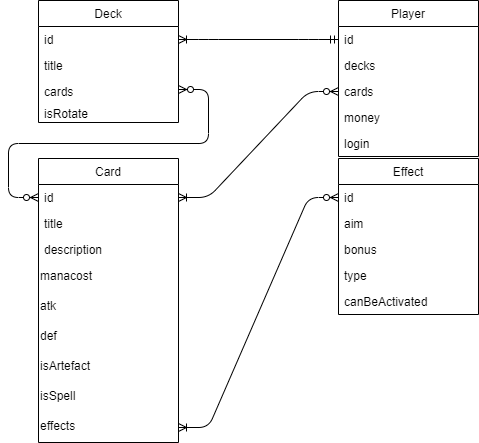
Sadragiel/DB_2019 keeps this draw.io diagram as lab1/DB_LAB1.png. Above is the earlier version. Source tidied: cells renumbered, new cells last; positions are measured from the earlier drawing's top-left corner, leaving out a move shared by most shapes. Its diagram source:
```xml
<mxGraphModel>
  <root>
    <mxCell id="0" />
    <mxCell id="1" parent="0" />
    <mxCell id="2" value="Card" style="swimlane;fontStyle=0;horizontal=1;startSize=26;fillColor=none;" parent="1" vertex="1">
      <mxGeometry y="158" width="140" height="284" as="geometry" />
    </mxCell>
    <mxCell id="3" value="id" style="text;strokeColor=none;fillColor=none;align=left;verticalAlign=top;spacingLeft=4;spacingRight=4;overflow=hidden;points=[[0,0.5],[1,0.5]];portConstraint=eastwest;" parent="2" vertex="1">
      <mxGeometry y="26" width="140" height="26" as="geometry" />
    </mxCell>
    <mxCell id="4" value="title" style="text;strokeColor=none;fillColor=none;align=left;verticalAlign=top;spacingLeft=4;spacingRight=4;overflow=hidden;" parent="2" vertex="1">
      <mxGeometry y="52" width="140" height="26" as="geometry" />
    </mxCell>
    <mxCell id="5" value="description" style="text;strokeColor=none;fillColor=none;align=left;verticalAlign=top;spacingLeft=4;spacingRight=4;overflow=hidden;" parent="2" vertex="1">
      <mxGeometry y="78" width="140" height="26" as="geometry" />
    </mxCell>
    <mxCell id="6" value="manacost" style="text;html=1;" parent="2" vertex="1">
      <mxGeometry y="104" width="140" height="30" as="geometry" />
    </mxCell>
    <mxCell id="7" value="atk" style="text;html=1;" parent="2" vertex="1">
      <mxGeometry y="134" width="140" height="30" as="geometry" />
    </mxCell>
    <mxCell id="8" value="def" style="text;html=1;" parent="2" vertex="1">
      <mxGeometry y="164" width="140" height="30" as="geometry" />
    </mxCell>
    <mxCell id="9" value="isArtefact" style="text;html=1;" parent="2" vertex="1">
      <mxGeometry y="194" width="140" height="30" as="geometry" />
    </mxCell>
    <mxCell id="10" value="isSpell" style="text;html=1;" parent="2" vertex="1">
      <mxGeometry y="224" width="140" height="30" as="geometry" />
    </mxCell>
    <mxCell id="11" value="effects" style="text;html=1;" parent="2" vertex="1">
      <mxGeometry y="254" width="140" height="30" as="geometry" />
    </mxCell>
    <mxCell id="12" value="Deck" style="swimlane;fontStyle=0;horizontal=1;startSize=26;fillColor=none;" parent="1" vertex="1">
      <mxGeometry width="140" height="122" as="geometry" />
    </mxCell>
    <mxCell id="13" value="id" style="text;strokeColor=none;fillColor=none;align=left;verticalAlign=top;spacingLeft=4;spacingRight=4;overflow=hidden;points=[[0,0.5],[1,0.5]];portConstraint=eastwest;" parent="12" vertex="1">
      <mxGeometry y="26" width="140" height="26" as="geometry" />
    </mxCell>
    <mxCell id="14" value="title" style="text;strokeColor=none;fillColor=none;align=left;verticalAlign=top;spacingLeft=4;spacingRight=4;overflow=hidden;" parent="12" vertex="1">
      <mxGeometry y="52" width="140" height="26" as="geometry" />
    </mxCell>
    <mxCell id="15" value="cards" style="text;strokeColor=none;fillColor=none;align=left;verticalAlign=top;spacingLeft=4;spacingRight=4;overflow=hidden;points=[[0,0.5],[1,0.5]];portConstraint=eastwest;" parent="12" vertex="1">
      <mxGeometry y="78" width="140" height="22" as="geometry" />
    </mxCell>
    <mxCell id="16" value="isRotate" style="text;strokeColor=none;fillColor=none;align=left;verticalAlign=top;spacingLeft=4;spacingRight=4;overflow=hidden;" parent="12" vertex="1">
      <mxGeometry y="100" width="140" height="22" as="geometry" />
    </mxCell>
    <mxCell id="17" value="Effect" style="swimlane;fontStyle=0;horizontal=1;startSize=26;fillColor=none;" parent="1" vertex="1">
      <mxGeometry x="300" y="158" width="140" height="156" as="geometry" />
    </mxCell>
    <mxCell id="18" value="id" style="text;strokeColor=none;fillColor=none;align=left;verticalAlign=top;spacingLeft=4;spacingRight=4;overflow=hidden;points=[[0,0.5],[1,0.5]];portConstraint=eastwest;" parent="17" vertex="1">
      <mxGeometry y="26" width="140" height="26" as="geometry" />
    </mxCell>
    <mxCell id="19" value="aim" style="text;strokeColor=none;fillColor=none;align=left;verticalAlign=top;spacingLeft=4;spacingRight=4;overflow=hidden;" parent="17" vertex="1">
      <mxGeometry y="52" width="140" height="26" as="geometry" />
    </mxCell>
    <mxCell id="20" value="bonus" style="text;strokeColor=none;fillColor=none;align=left;verticalAlign=top;spacingLeft=4;spacingRight=4;overflow=hidden;" parent="17" vertex="1">
      <mxGeometry y="78" width="140" height="26" as="geometry" />
    </mxCell>
    <mxCell id="21" value="type" style="text;strokeColor=none;fillColor=none;align=left;verticalAlign=top;spacingLeft=4;spacingRight=4;overflow=hidden;" parent="17" vertex="1">
      <mxGeometry y="104" width="140" height="26" as="geometry" />
    </mxCell>
    <mxCell id="22" value="canBeActivated" style="text;strokeColor=none;fillColor=none;align=left;verticalAlign=top;spacingLeft=4;spacingRight=4;overflow=hidden;" parent="17" vertex="1">
      <mxGeometry y="130" width="140" height="26" as="geometry" />
    </mxCell>
    <mxCell id="23" value="Player" style="swimlane;fontStyle=0;horizontal=1;startSize=26;fillColor=none;" parent="1" vertex="1">
      <mxGeometry x="300" width="140" height="156" as="geometry" />
    </mxCell>
    <mxCell id="24" value="id" style="text;strokeColor=none;fillColor=none;align=left;verticalAlign=top;spacingLeft=4;spacingRight=4;overflow=hidden;points=[[0,0.5],[1,0.5]];portConstraint=eastwest;" parent="23" vertex="1">
      <mxGeometry y="26" width="140" height="26" as="geometry" />
    </mxCell>
    <mxCell id="25" value="decks" style="text;strokeColor=none;fillColor=none;align=left;verticalAlign=top;spacingLeft=4;spacingRight=4;overflow=hidden;" parent="23" vertex="1">
      <mxGeometry y="52" width="140" height="26" as="geometry" />
    </mxCell>
    <mxCell id="26" value="cards" style="text;strokeColor=none;fillColor=none;align=left;verticalAlign=top;spacingLeft=4;spacingRight=4;overflow=hidden;points=[[0,0.5],[1,0.5]];portConstraint=eastwest;" parent="23" vertex="1">
      <mxGeometry y="78" width="140" height="26" as="geometry" />
    </mxCell>
    <mxCell id="27" value="money" style="text;strokeColor=none;fillColor=none;align=left;verticalAlign=top;spacingLeft=4;spacingRight=4;overflow=hidden;" parent="23" vertex="1">
      <mxGeometry y="104" width="140" height="26" as="geometry" />
    </mxCell>
    <mxCell id="28" value="login" style="text;strokeColor=none;fillColor=none;align=left;verticalAlign=top;spacingLeft=4;spacingRight=4;overflow=hidden;" parent="23" vertex="1">
      <mxGeometry y="130" width="140" height="26" as="geometry" />
    </mxCell>
    <mxCell id="29" style="edgeStyle=entityRelationEdgeStyle;fontSize=12;html=1;endArrow=ERoneToMany;startArrow=ERzeroToMany;" parent="1" edge="1" source="26" target="3">
      <mxGeometry relative="1" as="geometry" />
    </mxCell>
    <mxCell id="30" style="edgeStyle=entityRelationEdgeStyle;fontSize=12;html=1;endArrow=ERzeroToMany;endFill=1;startArrow=ERzeroToMany;exitX=1;exitY=0.5;exitDx=0;exitDy=0;entryX=0;entryY=0.5;entryDx=0;entryDy=0;" parent="1" edge="1" source="15" target="3">
      <mxGeometry relative="1" as="geometry" />
    </mxCell>
    <mxCell id="31" style="edgeStyle=entityRelationEdgeStyle;fontSize=12;html=1;endArrow=ERoneToMany;startArrow=ERzeroToMany;" parent="1" edge="1" source="18" target="11">
      <mxGeometry relative="1" as="geometry" />
    </mxCell>
    <mxCell id="32" style="edgeStyle=entityRelationEdgeStyle;fontSize=12;html=1;endArrow=ERoneToMany;startArrow=ERmandOne;" parent="1" edge="1" source="24" target="13">
      <mxGeometry relative="1" as="geometry" />
    </mxCell>
  </root>
</mxGraphModel>
```
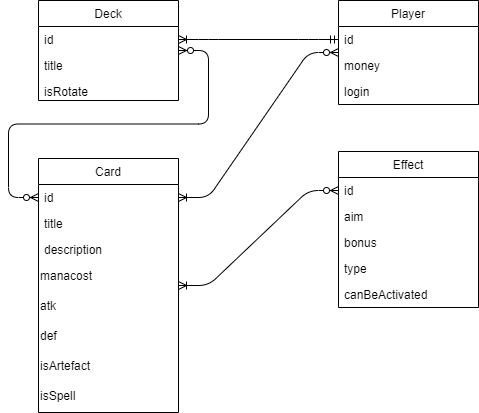
Above is the later version.

Change to the diagram source:
```diff
@@ -3,7 +3,7 @@
     <mxCell id="0" />
     <mxCell id="1" parent="0" />
     <mxCell id="2" value="Card" style="swimlane;fontStyle=0;horizontal=1;startSize=26;fillColor=none;" parent="1" vertex="1">
-      <mxGeometry y="158" width="140" height="284" as="geometry" />
+      <mxGeometry y="158" width="140" height="254" as="geometry" />
     </mxCell>
     <mxCell id="3" value="id" style="text;strokeColor=none;fillColor=none;align=left;verticalAlign=top;spacingLeft=4;spacingRight=4;overflow=hidden;points=[[0,0.5],[1,0.5]];portConstraint=eastwest;" parent="2" vertex="1">
       <mxGeometry y="26" width="140" height="26" as="geometry" />
@@ -29,11 +29,8 @@
     <mxCell id="10" value="isSpell" style="text;html=1;" parent="2" vertex="1">
       <mxGeometry y="224" width="140" height="30" as="geometry" />
     </mxCell>
-    <mxCell id="11" value="effects" style="text;html=1;" parent="2" vertex="1">
-      <mxGeometry y="254" width="140" height="30" as="geometry" />
-    </mxCell>
     <mxCell id="12" value="Deck" style="swimlane;fontStyle=0;horizontal=1;startSize=26;fillColor=none;" parent="1" vertex="1">
-      <mxGeometry width="140" height="122" as="geometry" />
+      <mxGeometry width="140" height="100" as="geometry" />
     </mxCell>
     <mxCell id="13" value="id" style="text;strokeColor=none;fillColor=none;align=left;verticalAlign=top;spacingLeft=4;spacingRight=4;overflow=hidden;points=[[0,0.5],[1,0.5]];portConstraint=eastwest;" parent="12" vertex="1">
       <mxGeometry y="26" width="140" height="26" as="geometry" />
@@ -41,14 +38,11 @@
     <mxCell id="14" value="title" style="text;strokeColor=none;fillColor=none;align=left;verticalAlign=top;spacingLeft=4;spacingRight=4;overflow=hidden;" parent="12" vertex="1">
       <mxGeometry y="52" width="140" height="26" as="geometry" />
     </mxCell>
-    <mxCell id="15" value="cards" style="text;strokeColor=none;fillColor=none;align=left;verticalAlign=top;spacingLeft=4;spacingRight=4;overflow=hidden;points=[[0,0.5],[1,0.5]];portConstraint=eastwest;" parent="12" vertex="1">
-      <mxGeometry y="78" width="140" height="22" as="geometry" />
-    </mxCell>
     <mxCell id="16" value="isRotate" style="text;strokeColor=none;fillColor=none;align=left;verticalAlign=top;spacingLeft=4;spacingRight=4;overflow=hidden;" parent="12" vertex="1">
-      <mxGeometry y="100" width="140" height="22" as="geometry" />
+      <mxGeometry y="78" width="140" height="22" as="geometry" />
     </mxCell>
     <mxCell id="17" value="Effect" style="swimlane;fontStyle=0;horizontal=1;startSize=26;fillColor=none;" parent="1" vertex="1">
-      <mxGeometry x="300" y="158" width="140" height="156" as="geometry" />
+      <mxGeometry x="300" y="151" width="140" height="156" as="geometry" />
     </mxCell>
     <mxCell id="18" value="id" style="text;strokeColor=none;fillColor=none;align=left;verticalAlign=top;spacingLeft=4;spacingRight=4;overflow=hidden;points=[[0,0.5],[1,0.5]];portConstraint=eastwest;" parent="17" vertex="1">
       <mxGeometry y="26" width="140" height="26" as="geometry" />
@@ -66,30 +60,24 @@
       <mxGeometry y="130" width="140" height="26" as="geometry" />
     </mxCell>
     <mxCell id="23" value="Player" style="swimlane;fontStyle=0;horizontal=1;startSize=26;fillColor=none;" parent="1" vertex="1">
-      <mxGeometry x="300" width="140" height="156" as="geometry" />
+      <mxGeometry x="300" width="140" height="104" as="geometry" />
     </mxCell>
     <mxCell id="24" value="id" style="text;strokeColor=none;fillColor=none;align=left;verticalAlign=top;spacingLeft=4;spacingRight=4;overflow=hidden;points=[[0,0.5],[1,0.5]];portConstraint=eastwest;" parent="23" vertex="1">
       <mxGeometry y="26" width="140" height="26" as="geometry" />
     </mxCell>
-    <mxCell id="25" value="decks" style="text;strokeColor=none;fillColor=none;align=left;verticalAlign=top;spacingLeft=4;spacingRight=4;overflow=hidden;" parent="23" vertex="1">
-      <mxGeometry y="52" width="140" height="26" as="geometry" />
-    </mxCell>
-    <mxCell id="26" value="cards" style="text;strokeColor=none;fillColor=none;align=left;verticalAlign=top;spacingLeft=4;spacingRight=4;overflow=hidden;points=[[0,0.5],[1,0.5]];portConstraint=eastwest;" parent="23" vertex="1">
-      <mxGeometry y="78" width="140" height="26" as="geometry" />
-    </mxCell>
     <mxCell id="27" value="money" style="text;strokeColor=none;fillColor=none;align=left;verticalAlign=top;spacingLeft=4;spacingRight=4;overflow=hidden;" parent="23" vertex="1">
-      <mxGeometry y="104" width="140" height="26" as="geometry" />
+      <mxGeometry y="52" width="140" height="26" as="geometry" />
     </mxCell>
     <mxCell id="28" value="login" style="text;strokeColor=none;fillColor=none;align=left;verticalAlign=top;spacingLeft=4;spacingRight=4;overflow=hidden;" parent="23" vertex="1">
-      <mxGeometry y="130" width="140" height="26" as="geometry" />
+      <mxGeometry y="78" width="140" height="26" as="geometry" />
     </mxCell>
-    <mxCell id="29" style="edgeStyle=entityRelationEdgeStyle;fontSize=12;html=1;endArrow=ERoneToMany;startArrow=ERzeroToMany;" parent="1" edge="1" source="26" target="3">
+    <mxCell id="29" style="edgeStyle=entityRelationEdgeStyle;fontSize=12;html=1;endArrow=ERoneToMany;startArrow=ERzeroToMany;" parent="1" edge="1" source="23" target="3">
       <mxGeometry relative="1" as="geometry" />
     </mxCell>
-    <mxCell id="30" style="edgeStyle=entityRelationEdgeStyle;fontSize=12;html=1;endArrow=ERzeroToMany;endFill=1;startArrow=ERzeroToMany;exitX=1;exitY=0.5;exitDx=0;exitDy=0;entryX=0;entryY=0.5;entryDx=0;entryDy=0;" parent="1" edge="1" source="15" target="3">
+    <mxCell id="30" style="edgeStyle=entityRelationEdgeStyle;fontSize=12;html=1;endArrow=ERzeroToMany;endFill=1;startArrow=ERzeroToMany;entryX=0;entryY=0.5;entryDx=0;entryDy=0;" parent="1" edge="1" source="12" target="3">
       <mxGeometry relative="1" as="geometry" />
     </mxCell>
-    <mxCell id="31" style="edgeStyle=entityRelationEdgeStyle;fontSize=12;html=1;endArrow=ERoneToMany;startArrow=ERzeroToMany;" parent="1" edge="1" source="18" target="11">
+    <mxCell id="31" style="edgeStyle=entityRelationEdgeStyle;fontSize=12;html=1;endArrow=ERoneToMany;startArrow=ERzeroToMany;" parent="1" edge="1" source="18" target="2">
       <mxGeometry relative="1" as="geometry" />
     </mxCell>
     <mxCell id="32" style="edgeStyle=entityRelationEdgeStyle;fontSize=12;html=1;endArrow=ERoneToMany;startArrow=ERmandOne;" parent="1" edge="1" source="24" target="13">
```
